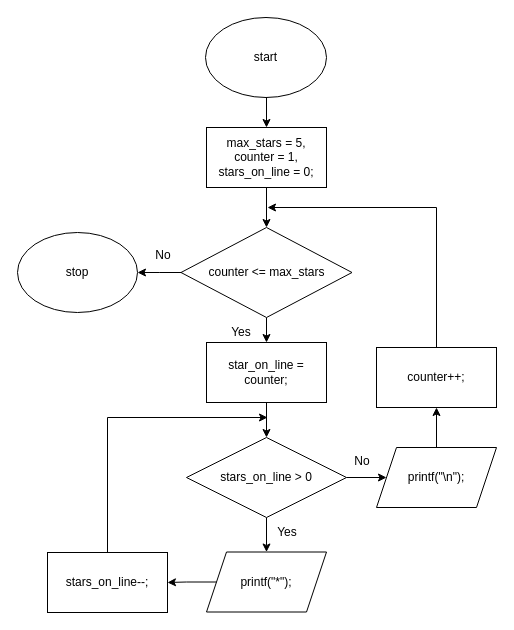
This is images/loop_stars.drawio from nileshjawarkar/LearnC, a draw.io file, before an edit. Source tidied: cells renumbered, new cells numbered last; positions are measured from the earlier drawing's top-left corner, leaving out a move shared by most shapes. Both pictures are drawn from the tidied source at 100%, with x=0, y=0 at pixel (17, 17).
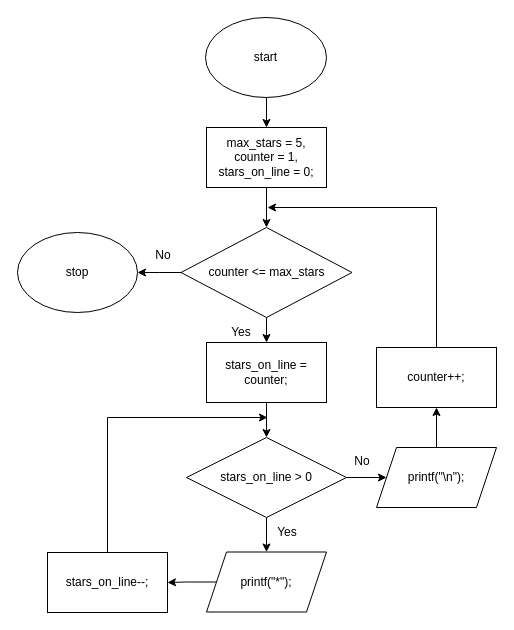
The same page after the edit.

Change to the diagram source:
```diff
@@
-    <mxCell id="10" value="star_on_line = counter;" style="rounded=0;whiteSpace=wrap;html=1;" parent="1" vertex="1">
+    <mxCell id="10" value="stars_on_line = counter;" style="rounded=0;whiteSpace=wrap;html=1;" parent="1" vertex="1">
       <mxGeometry x="189" y="325" width="120" height="60" as="geometry" />
     </mxCell>
```
